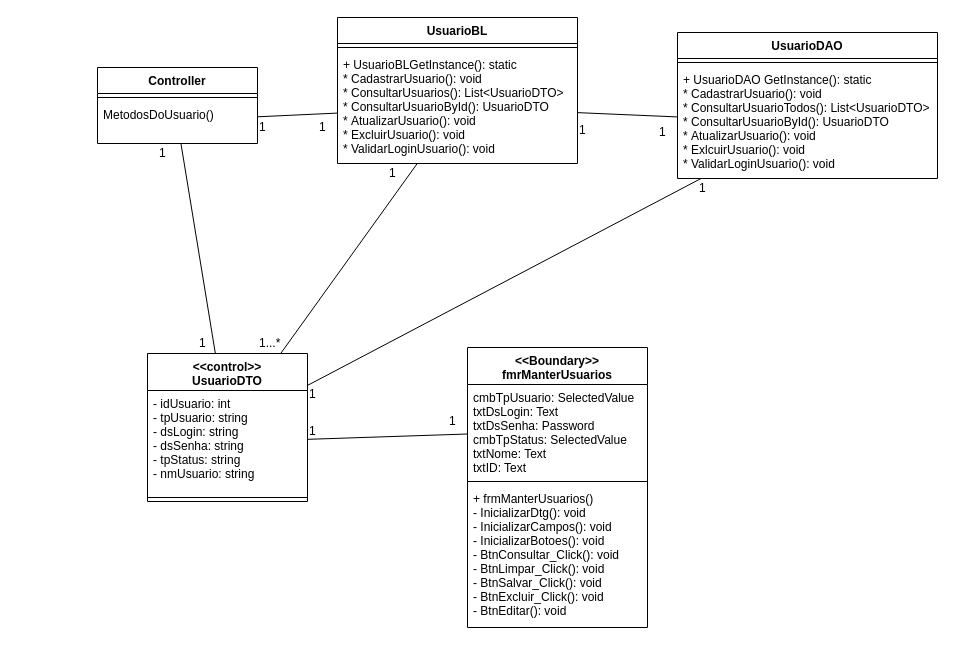
This is Documentação/Diagramas/Diagrama de Classes/ManterUsuarios.drawio from System4Developers/pimADS4, a draw.io file, before an edit. Source tidied: cells renumbered, new cells numbered last; positions are measured from the earlier drawing's top-left corner, leaving out a move shared by most shapes. Both pictures are drawn from the tidied source at 100%, with x=0, y=0 at pixel (97, 17).
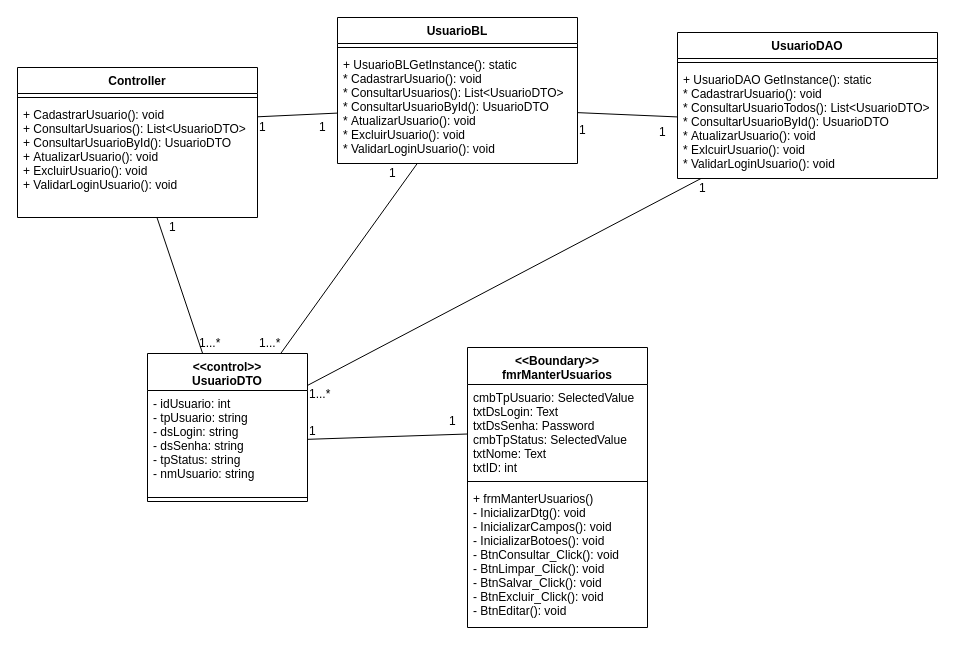
After the change.

Commit message (it also covers changes not shown here):
Diagrama de classe usuario DOC

Unchanged cells that the change refers to:
```xml
<mxCell id="2" value="&lt;&lt;Boundary&gt;&gt;&#10;fmrManterUsuarios" style="swimlane;fontStyle=1;align=center;verticalAlign=top;horizontal=1;startSize=37;" parent="1" vertex="1">
  <mxGeometry x="370" y="330" width="180" height="280" as="geometry" />
</mxCell>
```

Diff of the diagram source:
```diff
@@
-    <mxCell id="3" value="cmbTpUsuario: SelectedValue&#10;txtDsLogin: Text&#10;txtDsSenha: Password &#10;cmbTpStatus: SelectedValue&#10;txtNome: Text &#10;txtID: Text" style="text;strokeColor=none;fillColor=none;align=left;verticalAlign=top;spacingLeft=4;spacingRight=4;overflow=hidden;points=[[0,0.5],[1,0.5]];portConstraint=eastwest;" parent="2" vertex="1">
+    <mxCell id="3" value="cmbTpUsuario: SelectedValue&#10;txtDsLogin: Text&#10;txtDsSenha: Password &#10;cmbTpStatus: SelectedValue&#10;txtNome: Text &#10;txtID: int" style="text;strokeColor=none;fillColor=none;align=left;verticalAlign=top;spacingLeft=4;spacingRight=4;overflow=hidden;points=[[0,0.5],[1,0.5]];portConstraint=eastwest;" parent="2" vertex="1">
       <mxGeometry y="37" width="180" height="93" as="geometry" />
     </mxCell>
@@
     <mxCell id="9" value="Controller" style="swimlane;fontStyle=1;align=center;verticalAlign=top;horizontal=1;startSize=26;" parent="1" vertex="1">
-      <mxGeometry y="50" width="160" height="76" as="geometry" />
+      <mxGeometry x="-80" y="50" width="240" height="150" as="geometry" />
     </mxCell>
     <mxCell id="10" style="line;strokeWidth=1;fillColor=none;align=left;verticalAlign=middle;spacingTop=-1;spacingLeft=3;spacingRight=3;labelPosition=right;" parent="9" vertex="1">
-      <mxGeometry y="26" width="160" height="8" as="geometry" />
+      <mxGeometry y="26" width="240" height="8" as="geometry" />
     </mxCell>
-    <mxCell id="11" value="MetodosDoUsuario()" style="text;strokeColor=none;fillColor=none;align=left;verticalAlign=top;spacingLeft=4;spacingRight=4;overflow=hidden;points=[[0,0.5],[1,0.5]];portConstraint=eastwest;" parent="9" vertex="1">
-      <mxGeometry y="34" width="160" height="42" as="geometry" />
+    <mxCell id="11" value="+ CadastrarUsuario(): void&#10;+ ConsultarUsuarios(): List&lt;UsuarioDTO&gt;&#10;+ ConsultarUsuarioById(): UsuarioDTO&#10;+ AtualizarUsuario(): void&#10;+ ExcluirUsuario(): void&#10;+ ValidarLoginUsuario(): void" style="text;strokeColor=none;fillColor=none;align=left;verticalAlign=top;spacingLeft=4;spacingRight=4;overflow=hidden;points=[[0,0.5],[1,0.5]];portConstraint=eastwest;" parent="9" vertex="1">
+      <mxGeometry y="34" width="240" height="116" as="geometry" />
     </mxCell>
@@
     <mxCell id="28" value="1" style="text;html=1;align=left;verticalAlign=top;spacingTop=-4;" parent="1" vertex="1">
-      <mxGeometry x="60" y="126" width="20" height="20" as="geometry" />
+      <mxGeometry x="70" y="200" width="20" height="20" as="geometry" />
     </mxCell>
-    <mxCell id="29" value="1" style="text;html=1;align=left;verticalAlign=top;spacingTop=-4;" parent="1" vertex="1">
-      <mxGeometry x="100" y="316" width="20" height="20" as="geometry" />
+    <mxCell id="29" value="1...*" style="text;html=1;align=left;verticalAlign=top;spacingTop=-4;" parent="1" vertex="1">
+      <mxGeometry x="100" y="316" width="40" height="20" as="geometry" />
     </mxCell>
@@
-    <mxCell id="32" value="1" style="text;html=1;align=left;verticalAlign=top;spacingTop=-4;" parent="1" vertex="1">
-      <mxGeometry x="210" y="367" width="20" height="20" as="geometry" />
+    <mxCell id="32" value="1...*" style="text;html=1;align=left;verticalAlign=top;spacingTop=-4;" parent="1" vertex="1">
+      <mxGeometry x="210" y="367" width="40" height="20" as="geometry" />
     </mxCell>
```
